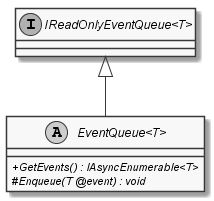
Before: documents/sd/resources/Classes/Common/Shared/Events/EventQueue.png, a diagram exported from PlantUML (insightmind/MORR).
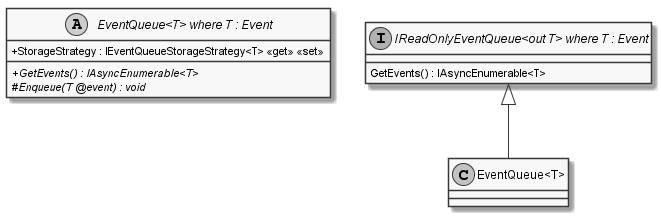
Later version of the same file.

Change to the diagram source:
```diff
@@ -2,12 +2,15 @@
 skinparam monochrome true
 skinparam classAttributeIconSize 0
 
-interface "IReadOnlyEventQueue<T>"
-
-abstract class "EventQueue<T>" {
+abstract class "EventQueue<T> where T : Event" {
+    + StorageStrategy : IEventQueueStorageStrategy<T> <<get>> <<set>>
     + {abstract} GetEvents() : IAsyncEnumerable<T>
     # {abstract} Enqueue(T @event) : void
 }
 
-"IReadOnlyEventQueue<T>" <|-- "EventQueue<T>"
+interface "IReadOnlyEventQueue<out T> where T : Event" {
+    GetEvents() : IAsyncEnumerable<T>
+}
+
+"IReadOnlyEventQueue<out T> where T : Event" <|-- "EventQueue<T>"
 @enduml
```
